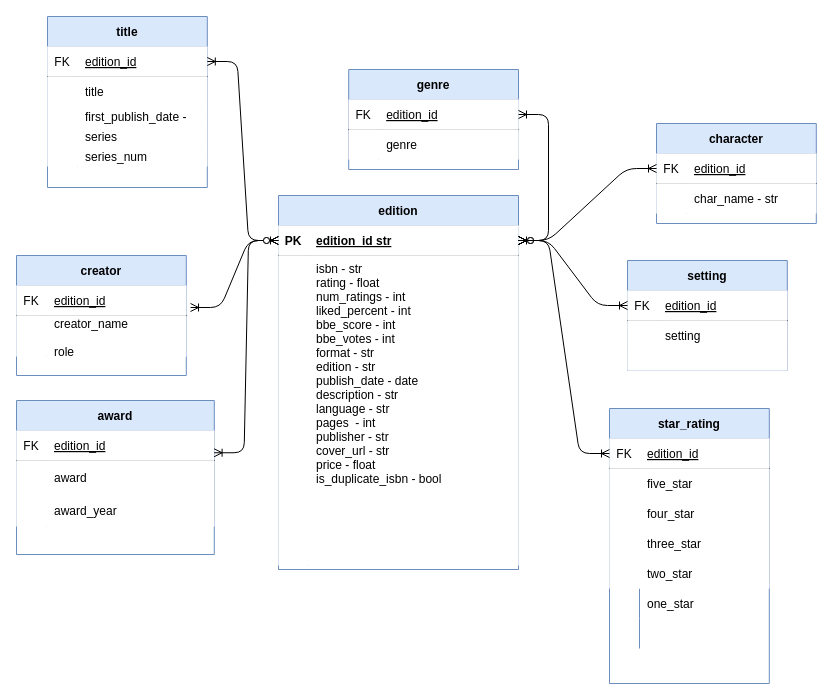
codeslp/books_db keeps this draw.io diagram as artifacts/books_db.drawio. Above is the earlier version. Source tidied: cells renumbered, new cells numbered last; positions are measured from the earlier drawing's top-left corner, leaving out a move shared by most shapes. Both pictures are drawn from the tidied source at 100%, with x=0, y=0 at pixel (16, 16).
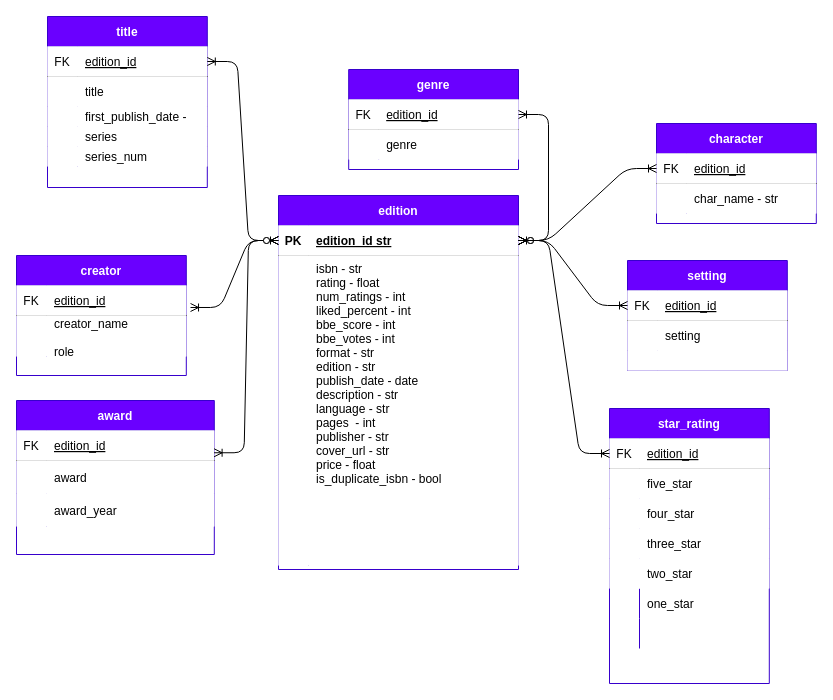
The same page after the edit.

Unchanged cells that the change refers to:
```xml
<mxCell id="31" style="group;" parent="1" vertex="1">
  <mxGeometry y="384" width="197.8" height="184" as="geometry" />
</mxCell>
```

Diff of the diagram source:
```diff
@@
-    <mxCell id="3" value="edition" style="shape=table;startSize=30;childLayout=tableLayout;rowLines=0;fontStyle=1;align=center;fillColor=#dae8fc;strokeColor=#6c8ebf;" parent="1" vertex="1">
+    <mxCell id="3" value="edition" style="shape=table;startSize=30;childLayout=tableLayout;rowLines=0;fontStyle=1;align=center;fillColor=#6a00ff;strokeColor=#3700CC;fontColor=#ffffff;" parent="1" vertex="1">
       <mxGeometry x="262" y="179" width="240" height="374" as="geometry" />
     </mxCell>
@@
-    <mxCell id="10" value="creator" style="shape=table;startSize=30;childLayout=tableLayout;rowLines=0;fontStyle=1;align=center;fillColor=#dae8fc;strokeColor=#6c8ebf;" parent="1" vertex="1">
+    <mxCell id="10" value="creator" style="shape=table;startSize=30;childLayout=tableLayout;rowLines=0;fontStyle=1;align=center;fillColor=#6a00ff;strokeColor=#3700CC;fontColor=#ffffff;" parent="1" vertex="1">
       <mxGeometry y="239" width="169.8" height="120" as="geometry" />
     </mxCell>
@@
-    <mxCell id="17" value="genre" style="shape=table;startSize=30;childLayout=tableLayout;rowLines=0;fontStyle=1;align=center;fillColor=#dae8fc;strokeColor=#6c8ebf;" parent="1" vertex="1">
+    <mxCell id="17" value="genre" style="shape=table;startSize=30;childLayout=tableLayout;rowLines=0;fontStyle=1;align=center;fillColor=#6a00ff;strokeColor=#3700CC;fontColor=#ffffff;" parent="1" vertex="1">
       <mxGeometry x="332.2" y="53" width="169.8" height="100" as="geometry" />
     </mxCell>
@@
-    <mxCell id="24" value="character" style="shape=table;startSize=30;childLayout=tableLayout;rowLines=0;fontStyle=1;align=center;fillColor=#dae8fc;strokeColor=#6c8ebf;" parent="1" vertex="1">
+    <mxCell id="24" value="character" style="shape=table;startSize=30;childLayout=tableLayout;rowLines=0;fontStyle=1;align=center;fillColor=#6a00ff;strokeColor=#3700CC;fontColor=#ffffff;" parent="1" vertex="1">
       <mxGeometry x="640" y="107" width="159.8" height="100" as="geometry" />
     </mxCell>
@@
-    <mxCell id="32" value="award" style="shape=table;startSize=30;childLayout=tableLayout;rowLines=0;fontStyle=1;align=center;fillColor=#dae8fc;strokeColor=#6c8ebf;" parent="31" vertex="1">
+    <mxCell id="32" value="award" style="shape=table;startSize=30;childLayout=tableLayout;rowLines=0;fontStyle=1;align=center;fillColor=#6a00ff;strokeColor=#3700CC;fontColor=#ffffff;" parent="31" vertex="1">
       <mxGeometry width="197.8" height="154" as="geometry" />
     </mxCell>
@@
-    <mxCell id="42" value="setting" style="shape=table;startSize=30;childLayout=tableLayout;rowLines=0;fontStyle=1;align=center;fillColor=#dae8fc;strokeColor=#6c8ebf;" parent="1" vertex="1">
+    <mxCell id="42" value="setting" style="shape=table;startSize=30;childLayout=tableLayout;rowLines=0;fontStyle=1;align=center;fillColor=#6a00ff;strokeColor=#3700CC;fontColor=#ffffff;" parent="1" vertex="1">
       <mxGeometry x="611" y="244" width="159.8" height="110" as="geometry" />
     </mxCell>
@@
-    <mxCell id="56" value="star_rating" style="shape=table;startSize=30;childLayout=tableLayout;rowLines=0;fontStyle=1;align=center;fillColor=#dae8fc;strokeColor=#6c8ebf;" parent="1" vertex="1">
+    <mxCell id="56" value="star_rating" style="shape=table;startSize=30;childLayout=tableLayout;rowLines=0;fontStyle=1;align=center;fillColor=#6a00ff;strokeColor=#3700CC;fontColor=#ffffff;" parent="1" vertex="1">
       <mxGeometry x="593" y="392" width="159.8" height="275" as="geometry" />
     </mxCell>
@@
-    <mxCell id="79" value="title" style="shape=table;startSize=30;childLayout=tableLayout;rowLines=0;fontStyle=1;align=center;fillColor=#dae8fc;strokeColor=#6c8ebf;" parent="1" vertex="1">
+    <mxCell id="79" value="title" style="shape=table;startSize=30;childLayout=tableLayout;rowLines=0;fontStyle=1;align=center;fillColor=#6a00ff;strokeColor=#3700CC;fontColor=#ffffff;" parent="1" vertex="1">
       <mxGeometry x="31" width="159.8" height="171" as="geometry" />
     </mxCell>
```
